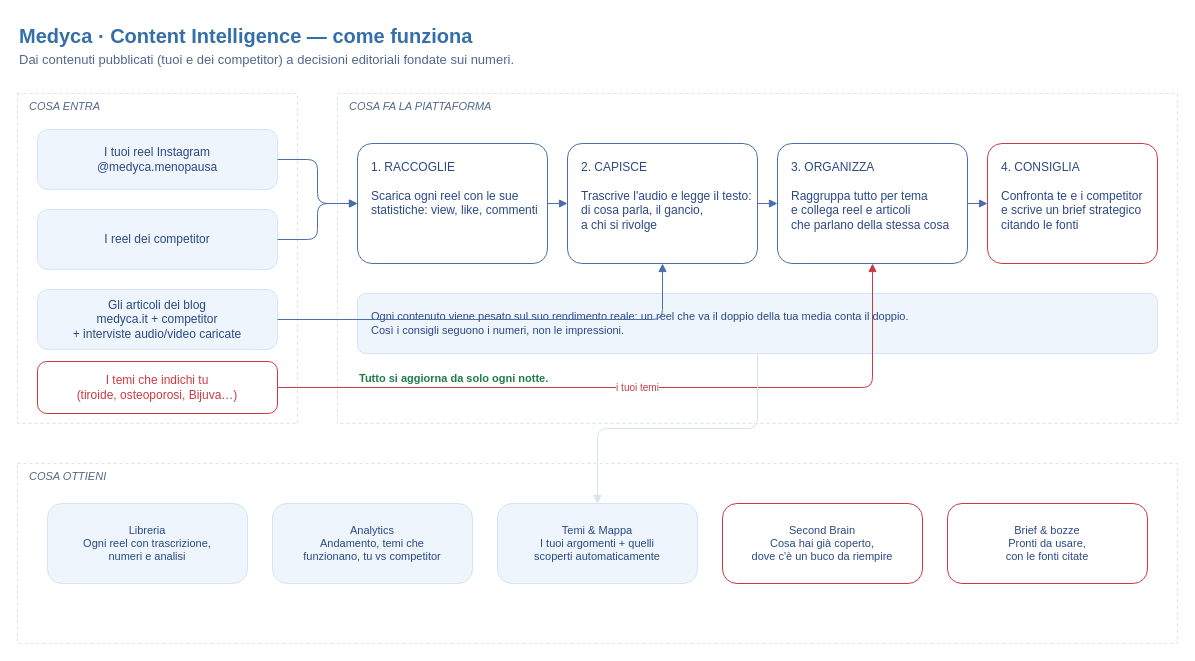
Above: page "1 · Pipeline (alto livello)" (1 of 3) of docs/medycabrain-pipeline-cliente.drawio in Giuseppescaffid1/medycabrain (draw.io), before the change. Source tidied: cells renumbered, new cells numbered last; positions are measured from the earlier drawing's top-left corner, leaving out a move shared by most shapes. Both pictures are drawn from the tidied source at 100%, with x=0, y=0 at pixel (17, 17).
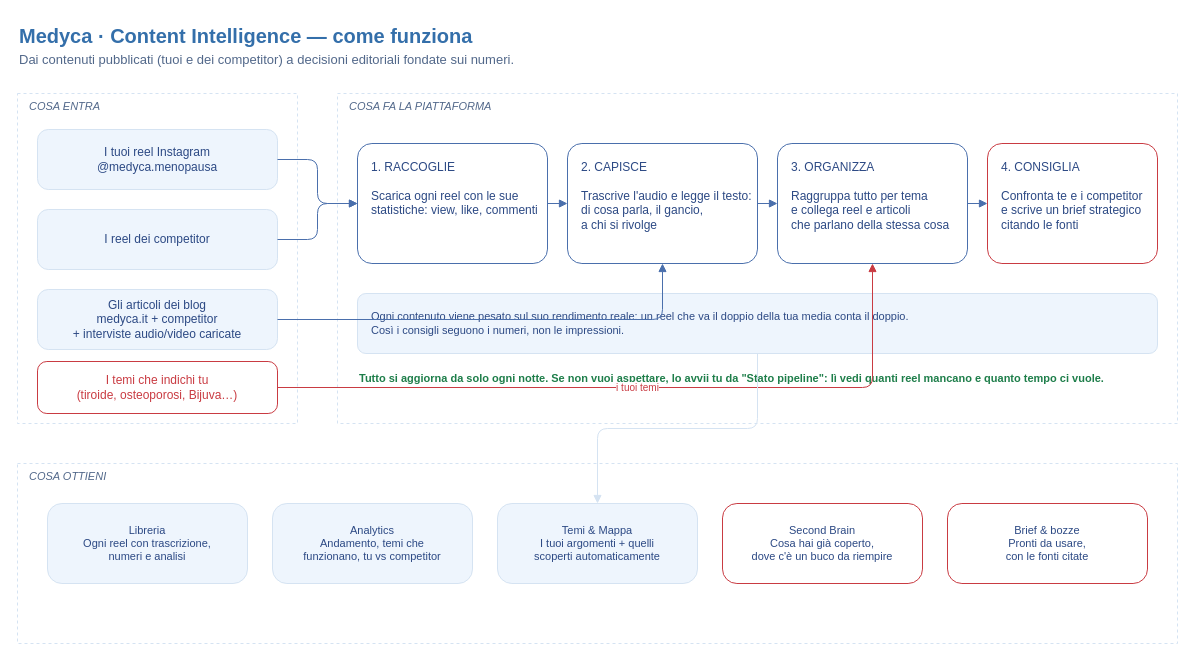
The same page after the edit.

The edit, as a diff of the source:
```diff
@@
-    <mxCell id="15" value="Tutto si aggiorna da solo ogni notte." style="text;html=1;align=left;fontSize=11;fontColor=#1E7E4A;fontStyle=1;" parent="1" vertex="1">
+    <mxCell id="15" value="Tutto si aggiorna da solo ogni notte. Se non vuoi aspettare, lo avvii tu da &quot;Stato pipeline&quot;: lì vedi quanti reel mancano e quanto tempo ci vuole." style="text;html=1;align=left;fontSize=11;fontColor=#1E7E4A;fontStyle=1;" parent="1" vertex="1">
       <mxGeometry x="340" y="348" width="500" height="20" as="geometry" />
     </mxCell>
```
